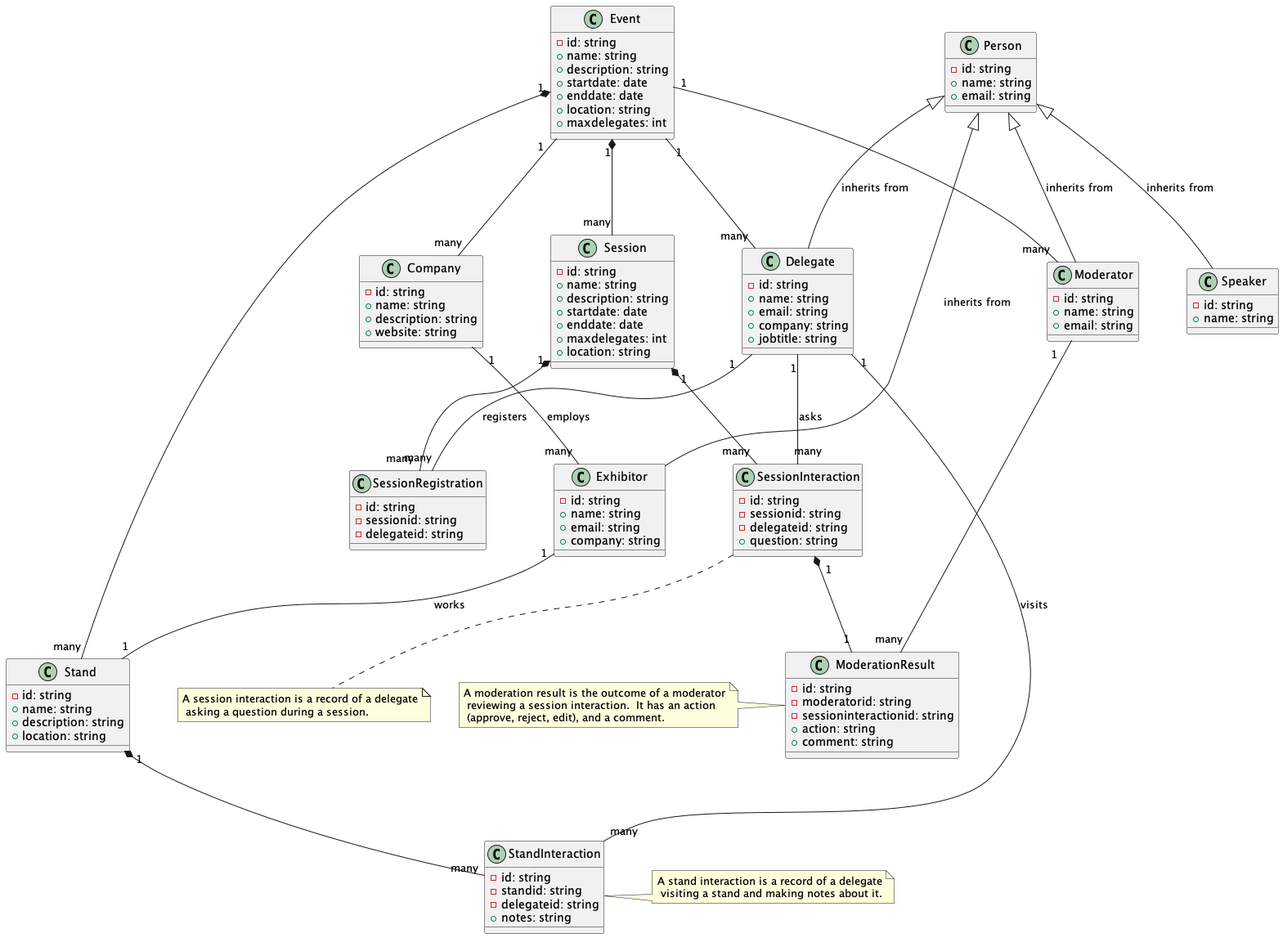
This is out/BookMeIn2/BookMeIn2.png from CSC-40084-Group-7/BMI2-UML, a PlantUML export, as it was before one commit.
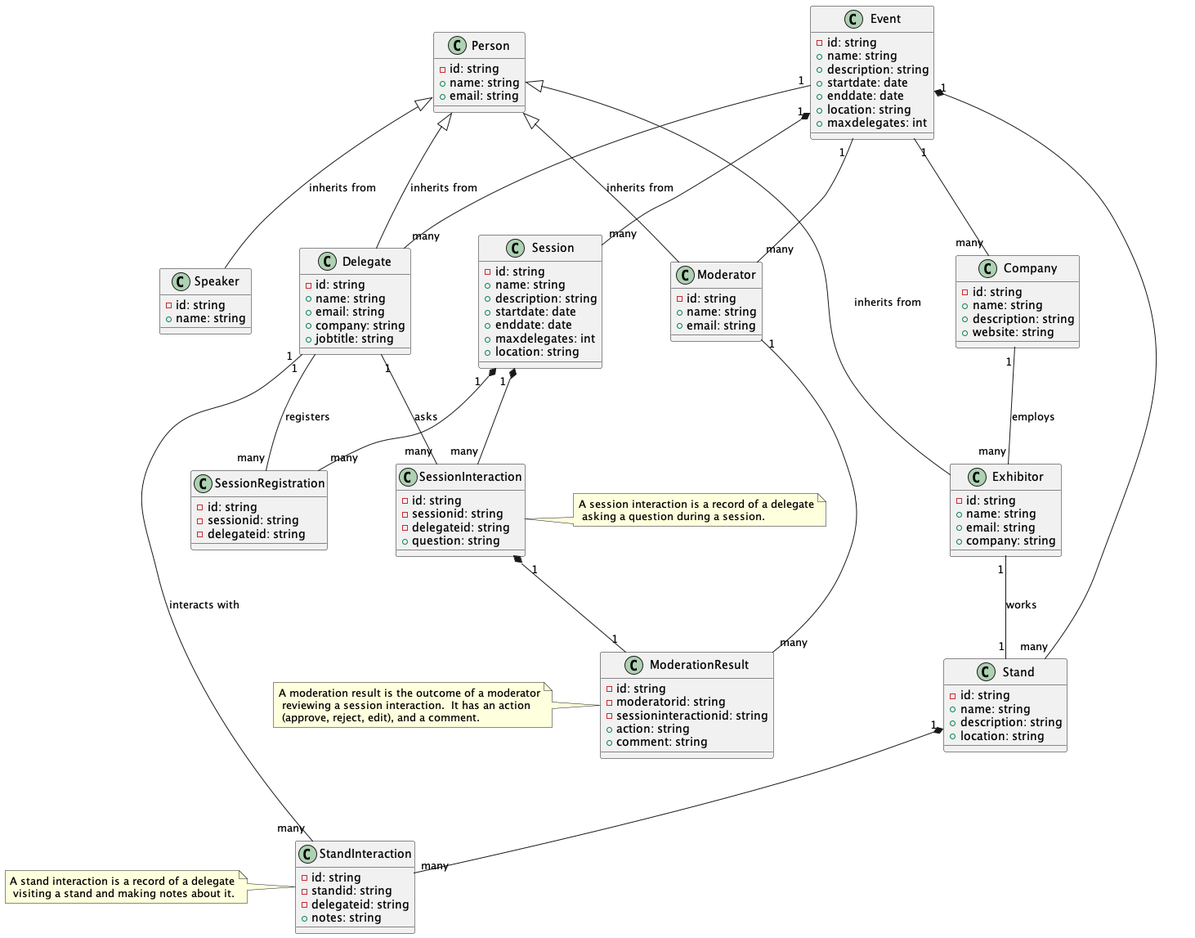
After the commit.

Diff of the diagram source:
```diff
@@ -101,7 +101,7 @@
 event "1" -- "many" moderator
 event "1" -- "many" company
 
-delegate "1" -- "many" standinteraction : visits
+delegate "1" -- "many" standinteraction : interacts with
 delegate "1" -- "many" sessioninteraction : asks
 delegate "1" -- "many" sessionregistration : registers
 
@@ -130,7 +130,7 @@
 
 
 note left of moderationresult : A moderation result is the outcome of a moderator\n reviewing a session interaction.  It has an action\n (approve, reject, edit), and a comment.
-note right of standinteraction : A stand interaction is a record of a delegate\n visiting a stand and making notes about it.
-note bottom of sessioninteraction : A session interaction is a record of a delegate\n asking a question during a session.
+note left of standinteraction : A stand interaction is a record of a delegate\n visiting a stand and making notes about it.
+note right of sessioninteraction : A session interaction is a record of a delegate\n asking a question during a session.
 
 @enduml
```
